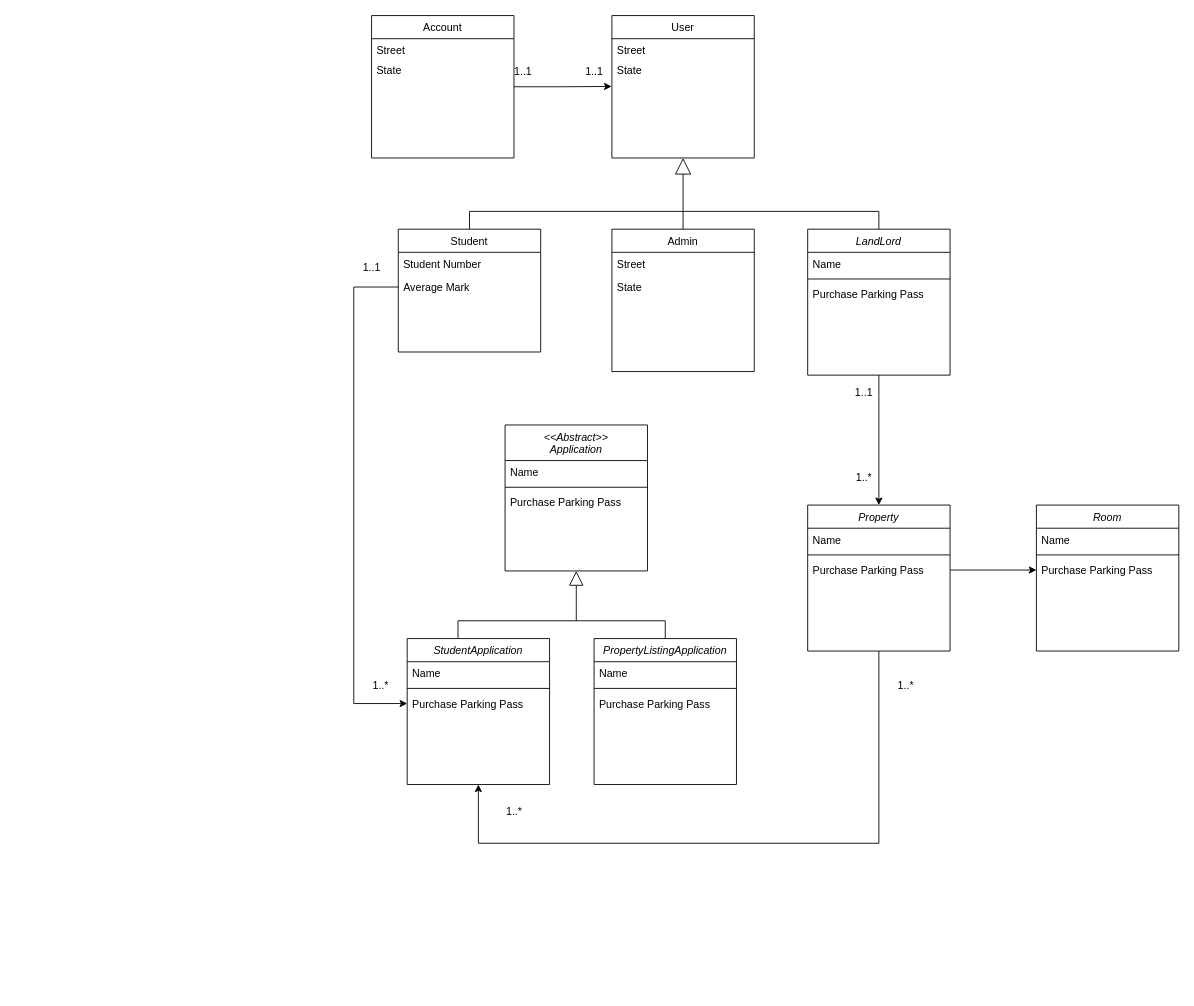
Earlier version of the draw.io diagram UMLDiagram.drawio (SETHU60/cput_accomodation_application). Source tidied: cells renumbered, new cells numbered last; positions are measured from the earlier drawing's top-left corner, leaving out a move shared by most shapes. Both pictures are drawn from the tidied source at 89%, with x=0, y=0 at pixel (353, 15).
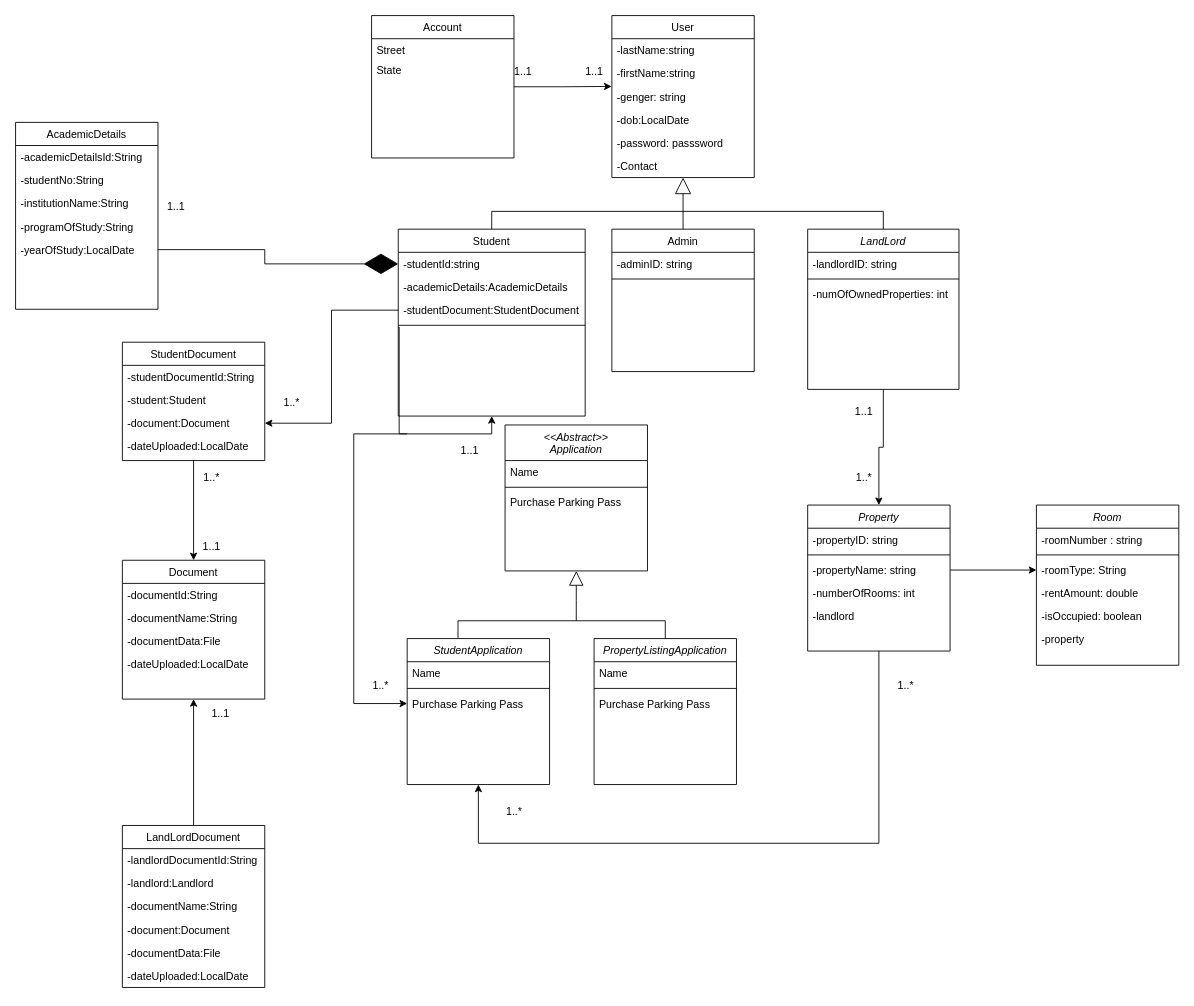
The same page after the edit.

Unchanged cells that the change refers to:
```xml
<mxCell id="6" value="Account" style="swimlane;fontStyle=0;align=center;verticalAlign=top;horizontal=1;startSize=26;rounded=0;shadow=0;strokeWidth=1;" parent="1" vertex="1">
  <mxGeometry x="20" width="160" height="160" as="geometry" />
</mxCell>
<mxCell id="19" value="Purchase Parking Pass" style="text;align=left;verticalAlign=top;spacingLeft=4;spacingRight=4;overflow=hidden;points=[[0,0.5],[1,0.5]];portConstraint=eastwest;" parent="16" vertex="1">
  <mxGeometry y="60" width="160" height="26" as="geometry" />
</mxCell>
<mxCell id="24" value="Property" style="swimlane;fontStyle=2;align=center;verticalAlign=top;horizontal=1;startSize=26;rounded=0;shadow=0;strokeWidth=1;" parent="1" vertex="1">
  <mxGeometry x="510" y="550" width="160" height="164" as="geometry" />
</mxCell>
<mxCell id="30" value="Admin" style="swimlane;fontStyle=0;align=center;verticalAlign=top;horizontal=1;startSize=26;rounded=0;shadow=0;strokeWidth=1;" parent="1" vertex="1">
  <mxGeometry x="290" y="240" width="160" height="160" as="geometry" />
</mxCell>
```

Change to the diagram source:
```diff
@@
     <mxCell id="3" value="Student" style="swimlane;fontStyle=0;align=center;verticalAlign=top;horizontal=1;startSize=26;rounded=0;shadow=0;strokeWidth=1;" parent="1" vertex="1">
-      <mxGeometry x="50" y="240" width="160" height="138" as="geometry" />
+      <mxGeometry x="50" y="240" width="210" height="210" as="geometry" />
     </mxCell>
-    <mxCell id="4" value="Student Number" style="text;align=left;verticalAlign=top;spacingLeft=4;spacingRight=4;overflow=hidden;points=[[0,0.5],[1,0.5]];portConstraint=eastwest;" parent="3" vertex="1">
-      <mxGeometry y="26" width="160" height="26" as="geometry" />
+    <mxCell id="4" value="-studentId:string" style="text;align=left;verticalAlign=top;spacingLeft=4;spacingRight=4;overflow=hidden;points=[[0,0.5],[1,0.5]];portConstraint=eastwest;" parent="3" vertex="1">
+      <mxGeometry y="26" width="210" height="26" as="geometry" />
     </mxCell>
-    <mxCell id="5" value="Average Mark" style="text;align=left;verticalAlign=top;spacingLeft=4;spacingRight=4;overflow=hidden;points=[[0,0.5],[1,0.5]];portConstraint=eastwest;rounded=0;shadow=0;html=0;" parent="3" vertex="1">
-      <mxGeometry y="52" width="160" height="26" as="geometry" />
-    </mxCell>
+    <mxCell id="55" value="-academicDetails:AcademicDetails" style="text;align=left;verticalAlign=top;spacingLeft=4;spacingRight=4;overflow=hidden;" parent="3" vertex="1">
+      <mxGeometry y="52" width="210" height="26" as="geometry" />
+    </mxCell>
+    <mxCell id="56" value="-studentDocument:StudentDocument" style="text;align=left;verticalAlign=top;spacingLeft=4;spacingRight=4;overflow=hidden;points=[[0,0.5],[1,0.5]];portConstraint=eastwest;" parent="3" vertex="1">
+      <mxGeometry y="78" width="210" height="26" as="geometry" />
+    </mxCell>
+    <mxCell id="57" style="line;html=1;strokeWidth=1;align=left;verticalAlign=middle;spacingTop=-1;spacingLeft=3;spacingRight=3;labelPosition=right;" parent="3" vertex="1">
+      <mxGeometry y="104" width="210" height="8" as="geometry" />
+    </mxCell>
@@
     <mxCell id="10" value="LandLord" style="swimlane;fontStyle=2;align=center;verticalAlign=top;horizontal=1;startSize=26;rounded=0;shadow=0;strokeWidth=1;" parent="1" vertex="1">
-      <mxGeometry x="510" y="240" width="160" height="164" as="geometry" />
+      <mxGeometry x="510" y="240" width="170" height="180" as="geometry" />
     </mxCell>
-    <mxCell id="11" value="Name" style="text;align=left;verticalAlign=top;spacingLeft=4;spacingRight=4;overflow=hidden;" parent="10" vertex="1">
-      <mxGeometry y="26" width="160" height="26" as="geometry" />
+    <mxCell id="11" value="-landlordID: string" style="text;align=left;verticalAlign=top;spacingLeft=4;spacingRight=4;overflow=hidden;" parent="10" vertex="1">
+      <mxGeometry y="26" width="170" height="26" as="geometry" />
     </mxCell>
     <mxCell id="12" style="line;html=1;strokeWidth=1;align=left;verticalAlign=middle;spacingTop=-1;spacingLeft=3;spacingRight=3;labelPosition=right;" parent="10" vertex="1">
-      <mxGeometry y="52" width="160" height="8" as="geometry" />
+      <mxGeometry y="52" width="170" height="8" as="geometry" />
     </mxCell>
-    <mxCell id="13" value="Purchase Parking Pass" style="text;align=left;verticalAlign=top;spacingLeft=4;spacingRight=4;overflow=hidden;" parent="10" vertex="1">
-      <mxGeometry y="60" width="160" height="26" as="geometry" />
-    </mxCell>
+    <mxCell id="58" value="-numOfOwnedProperties: int" style="text;align=left;verticalAlign=top;spacingLeft=4;spacingRight=4;overflow=hidden;" parent="10" vertex="1">
+      <mxGeometry y="60" width="170" height="26" as="geometry" />
+    </mxCell>
@@
-    <mxCell id="25" value="Name" style="text;align=left;verticalAlign=top;spacingLeft=4;spacingRight=4;overflow=hidden;" parent="24" vertex="1">
+    <mxCell id="25" value="-propertyID: string" style="text;align=left;verticalAlign=top;spacingLeft=4;spacingRight=4;overflow=hidden;" parent="24" vertex="1">
       <mxGeometry y="26" width="160" height="26" as="geometry" />
     </mxCell>
@@
-    <mxCell id="27" value="Purchase Parking Pass" style="text;align=left;verticalAlign=top;spacingLeft=4;spacingRight=4;overflow=hidden;points=[[0,0.5],[1,0.5]];portConstraint=eastwest;" parent="24" vertex="1">
+    <mxCell id="27" value="-propertyName: string" style="text;align=left;verticalAlign=top;spacingLeft=4;spacingRight=4;overflow=hidden;points=[[0,0.5],[1,0.5]];portConstraint=eastwest;" parent="24" vertex="1">
       <mxGeometry y="60" width="160" height="26" as="geometry" />
     </mxCell>
+    <mxCell id="59" value="-numberOfRooms: int" style="text;align=left;verticalAlign=top;spacingLeft=4;spacingRight=4;overflow=hidden;" parent="24" vertex="1">
+      <mxGeometry y="86" width="160" height="26" as="geometry" />
+    </mxCell>
+    <mxCell id="60" value="-landlord" style="text;align=left;verticalAlign=top;spacingLeft=4;spacingRight=4;overflow=hidden;" parent="24" vertex="1">
+      <mxGeometry y="112" width="160" height="26" as="geometry" />
+    </mxCell>
     <mxCell id="28" value="1..1" style="text;html=1;align=center;verticalAlign=middle;strokeColor=none;fillColor=none;" parent="1" vertex="1">
-      <mxGeometry x="553" y="409" width="40" height="30" as="geometry" />
+      <mxGeometry x="553" y="430" width="40" height="30" as="geometry" />
     </mxCell>
@@
-    <mxCell id="31" value="Street" style="text;align=left;verticalAlign=top;spacingLeft=4;spacingRight=4;overflow=hidden;" parent="30" vertex="1">
+    <mxCell id="31" value="-adminID: string" style="text;align=left;verticalAlign=top;spacingLeft=4;spacingRight=4;overflow=hidden;" parent="30" vertex="1">
       <mxGeometry y="26" width="160" height="26" as="geometry" />
     </mxCell>
-    <mxCell id="32" value="State" style="text;align=left;verticalAlign=top;spacingLeft=4;spacingRight=4;overflow=hidden;rounded=0;shadow=0;html=0;" parent="30" vertex="1">
-      <mxGeometry y="52" width="160" height="26" as="geometry" />
-    </mxCell>
+    <mxCell id="61" style="line;html=1;strokeWidth=1;align=left;verticalAlign=middle;spacingTop=-1;spacingLeft=3;spacingRight=3;labelPosition=right;" parent="30" vertex="1">
+      <mxGeometry y="52" width="160" height="8" as="geometry" />
+    </mxCell>
@@
     <mxCell id="34" value="User" style="swimlane;fontStyle=0;align=center;verticalAlign=top;horizontal=1;startSize=26;rounded=0;shadow=0;strokeWidth=1;" parent="1" vertex="1">
-      <mxGeometry x="290" width="160" height="160" as="geometry" />
+      <mxGeometry x="290" width="160" height="182" as="geometry" />
     </mxCell>
-    <mxCell id="35" value="Street" style="text;align=left;verticalAlign=top;spacingLeft=4;spacingRight=4;overflow=hidden;" parent="34" vertex="1">
-      <mxGeometry y="26" width="160" height="22" as="geometry" />
-    </mxCell>
-    <mxCell id="36" value="State" style="text;align=left;verticalAlign=top;spacingLeft=4;spacingRight=4;overflow=hidden;points=[[0,0.5],[1,0.5]];portConstraint=eastwest;rounded=0;shadow=0;html=0;" parent="34" vertex="1">
-      <mxGeometry y="48" width="160" height="26" as="geometry" />
-    </mxCell>
+    <mxCell id="62" value="-lastName:string" style="text;align=left;verticalAlign=top;spacingLeft=4;spacingRight=4;overflow=hidden;rounded=0;shadow=0;html=0;" parent="34" vertex="1">
+      <mxGeometry y="26" width="160" height="26" as="geometry" />
+    </mxCell>
+    <mxCell id="63" value="-firstName:string" style="text;align=left;verticalAlign=top;spacingLeft=4;spacingRight=4;overflow=hidden;rounded=0;shadow=0;html=0;" parent="34" vertex="1">
+      <mxGeometry y="52" width="160" height="26" as="geometry" />
+    </mxCell>
+    <mxCell id="64" value="-genger: string" style="text;align=left;verticalAlign=top;spacingLeft=4;spacingRight=4;overflow=hidden;rounded=0;shadow=0;html=0;" parent="34" vertex="1">
+      <mxGeometry y="78" width="160" height="26" as="geometry" />
+    </mxCell>
+    <mxCell id="65" value="-dob:LocalDate" style="text;align=left;verticalAlign=top;spacingLeft=4;spacingRight=4;overflow=hidden;rounded=0;shadow=0;html=0;" parent="34" vertex="1">
+      <mxGeometry y="104" width="160" height="26" as="geometry" />
+    </mxCell>
+    <mxCell id="66" value="-password: passsword" style="text;align=left;verticalAlign=top;spacingLeft=4;spacingRight=4;overflow=hidden;rounded=0;shadow=0;html=0;" parent="34" vertex="1">
+      <mxGeometry y="130" width="160" height="26" as="geometry" />
+    </mxCell>
+    <mxCell id="67" value="-Contact" style="text;align=left;verticalAlign=top;spacingLeft=4;spacingRight=4;overflow=hidden;" parent="34" vertex="1">
+      <mxGeometry y="156" width="160" height="26" as="geometry" />
+    </mxCell>
@@
-    <mxCell id="42" style="edgeStyle=orthogonalEdgeStyle;rounded=0;jettySize=auto;html=1;entryX=0;entryY=0.5;entryDx=0;entryDy=0;" parent="1" edge="1" source="5" target="19">
+    <mxCell id="42" style="edgeStyle=orthogonalEdgeStyle;rounded=0;jettySize=auto;html=1;entryX=0;entryY=0.5;entryDx=0;entryDy=0;" parent="1" edge="1" target="19">
       <mxGeometry relative="1" as="geometry">
+        <mxPoint x="60" y="470" as="sourcePoint" />
         <Array as="points">
-          <mxPoint y="305" />
+          <mxPoint x="50" y="470" />
+          <mxPoint y="470" />
           <mxPoint y="773" />
         </Array>
       </mxGeometry>
     </mxCell>
-    <mxCell id="43" value="1..1" style="text;html=1;align=center;verticalAlign=middle;strokeColor=none;fillColor=none;" parent="1" vertex="1">
-      <mxGeometry y="268" width="40" height="30" as="geometry" />
-    </mxCell>
@@
     <mxCell id="46" value="Room" style="swimlane;fontStyle=2;align=center;verticalAlign=top;horizontal=1;startSize=26;rounded=0;shadow=0;strokeWidth=1;" parent="1" vertex="1">
-      <mxGeometry x="767" y="550" width="160" height="164" as="geometry" />
+      <mxGeometry x="767" y="550" width="160" height="180" as="geometry" />
     </mxCell>
-    <mxCell id="47" value="Name" style="text;align=left;verticalAlign=top;spacingLeft=4;spacingRight=4;overflow=hidden;" parent="46" vertex="1">
+    <mxCell id="47" value="-roomNumber : string" style="text;align=left;verticalAlign=top;spacingLeft=4;spacingRight=4;overflow=hidden;" parent="46" vertex="1">
       <mxGeometry y="26" width="160" height="26" as="geometry" />
     </mxCell>
@@
-    <mxCell id="49" value="Purchase Parking Pass" style="text;align=left;verticalAlign=top;spacingLeft=4;spacingRight=4;overflow=hidden;points=[[0,0.5],[1,0.5]];portConstraint=eastwest;" parent="46" vertex="1">
+    <mxCell id="49" value="-roomType: String" style="text;align=left;verticalAlign=top;spacingLeft=4;spacingRight=4;overflow=hidden;points=[[0,0.5],[1,0.5]];portConstraint=eastwest;" parent="46" vertex="1">
       <mxGeometry y="60" width="160" height="26" as="geometry" />
     </mxCell>
+    <mxCell id="68" value="-rentAmount: double" style="text;align=left;verticalAlign=top;spacingLeft=4;spacingRight=4;overflow=hidden;" parent="46" vertex="1">
+      <mxGeometry y="86" width="160" height="26" as="geometry" />
+    </mxCell>
+    <mxCell id="69" value="-isOccupied: boolean" style="text;align=left;verticalAlign=top;spacingLeft=4;spacingRight=4;overflow=hidden;" parent="46" vertex="1">
+      <mxGeometry y="112" width="160" height="26" as="geometry" />
+    </mxCell>
+    <mxCell id="70" value="-property" style="text;align=left;verticalAlign=top;spacingLeft=4;spacingRight=4;overflow=hidden;" parent="46" vertex="1">
+      <mxGeometry y="138" width="160" height="26" as="geometry" />
+    </mxCell>
@@
-    <mxCell id="52" style="edgeStyle=orthogonalEdgeStyle;rounded=0;jettySize=auto;html=1;entryX=-0.002;entryY=1.216;entryDx=0;entryDy=0;entryPerimeter=0;" parent="1" edge="1" source="6" target="36">
-      <mxGeometry relative="1" as="geometry" />
+    <mxCell id="52" style="edgeStyle=orthogonalEdgeStyle;rounded=0;jettySize=auto;html=1;entryX=-0.002;entryY=1.216;entryDx=0;entryDy=0;entryPerimeter=0;" parent="1" edge="1" source="6">
+      <mxGeometry relative="1" as="geometry">
+        <mxPoint x="289.7" y="79.6" as="targetPoint" />
+      </mxGeometry>
     </mxCell>
@@
+    <mxCell id="71" style="edgeStyle=orthogonalEdgeStyle;rounded=0;jettySize=auto;html=1;entryX=0.5;entryY=0;entryDx=0;entryDy=0;" parent="1" edge="1" source="72" target="83">
+      <mxGeometry relative="1" as="geometry" />
+    </mxCell>
+    <mxCell id="72" value="StudentDocument" style="swimlane;fontStyle=0;align=center;verticalAlign=top;horizontal=1;startSize=26;rounded=0;shadow=0;strokeWidth=1;" parent="1" vertex="1">
+      <mxGeometry x="-260" y="367" width="160" height="133" as="geometry" />
+    </mxCell>
+    <mxCell id="73" value="-studentDocumentId:String" style="text;align=left;verticalAlign=top;spacingLeft=4;spacingRight=4;overflow=hidden;" parent="72" vertex="1">
+      <mxGeometry y="26" width="160" height="26" as="geometry" />
+    </mxCell>
+    <mxCell id="74" value="-student:Student" style="text;align=left;verticalAlign=top;spacingLeft=4;spacingRight=4;overflow=hidden;" parent="72" vertex="1">
+      <mxGeometry y="52" width="160" height="26" as="geometry" />
+    </mxCell>
+    <mxCell id="75" value="-document:Document" style="text;align=left;verticalAlign=top;spacingLeft=4;spacingRight=4;overflow=hidden;points=[[0,0.5],[1,0.5]];portConstraint=eastwest;" parent="72" vertex="1">
+      <mxGeometry y="78" width="160" height="26" as="geometry" />
+    </mxCell>
+    <mxCell id="76" value="-dateUploaded:LocalDate" style="text;align=left;verticalAlign=top;spacingLeft=4;spacingRight=4;overflow=hidden;" parent="72" vertex="1">
+      <mxGeometry y="104" width="160" height="26" as="geometry" />
+    </mxCell>
+    <mxCell id="77" value="AcademicDetails" style="swimlane;fontStyle=0;align=center;verticalAlign=top;horizontal=1;startSize=26;rounded=0;shadow=0;strokeWidth=1;" parent="1" vertex="1">
+      <mxGeometry x="-380" y="120" width="160" height="210" as="geometry" />
+    </mxCell>
+    <mxCell id="78" value="-academicDetailsId:String" style="text;align=left;verticalAlign=top;spacingLeft=4;spacingRight=4;overflow=hidden;" parent="77" vertex="1">
+      <mxGeometry y="26" width="160" height="26" as="geometry" />
+    </mxCell>
+    <mxCell id="79" value="-studentNo:String" style="text;align=left;verticalAlign=top;spacingLeft=4;spacingRight=4;overflow=hidden;" parent="77" vertex="1">
+      <mxGeometry y="52" width="160" height="26" as="geometry" />
+    </mxCell>
+    <mxCell id="80" value="-institutionName:String" style="text;align=left;verticalAlign=top;spacingLeft=4;spacingRight=4;overflow=hidden;" parent="77" vertex="1">
+      <mxGeometry y="78" width="160" height="26" as="geometry" />
+    </mxCell>
+    <mxCell id="81" value="-programOfStudy:String" style="text;align=left;verticalAlign=top;spacingLeft=4;spacingRight=4;overflow=hidden;" parent="77" vertex="1">
+      <mxGeometry y="104" width="160" height="26" as="geometry" />
+    </mxCell>
+    <mxCell id="82" value="-yearOfStudy:LocalDate" style="text;align=left;verticalAlign=top;spacingLeft=4;spacingRight=4;overflow=hidden;points=[[0,0.5],[1,0.5]];portConstraint=eastwest;" parent="77" vertex="1">
+      <mxGeometry y="130" width="160" height="26" as="geometry" />
+    </mxCell>
+    <mxCell id="83" value="Document" style="swimlane;fontStyle=0;align=center;verticalAlign=top;horizontal=1;startSize=26;rounded=0;shadow=0;strokeWidth=1;" parent="1" vertex="1">
+      <mxGeometry x="-260" y="612" width="160" height="156" as="geometry" />
+    </mxCell>
+    <mxCell id="84" value="-documentId:String" style="text;align=left;verticalAlign=top;spacingLeft=4;spacingRight=4;overflow=hidden;" parent="83" vertex="1">
+      <mxGeometry y="26" width="160" height="26" as="geometry" />
+    </mxCell>
+    <mxCell id="85" value="-documentName:String" style="text;align=left;verticalAlign=top;spacingLeft=4;spacingRight=4;overflow=hidden;" parent="83" vertex="1">
+      <mxGeometry y="52" width="160" height="26" as="geometry" />
+    </mxCell>
+    <mxCell id="86" value="-documentData:File" style="text;align=left;verticalAlign=top;spacingLeft=4;spacingRight=4;overflow=hidden;" parent="83" vertex="1">
+      <mxGeometry y="78" width="160" height="26" as="geometry" />
+    </mxCell>
+    <mxCell id="87" value="-dateUploaded:LocalDate" style="text;align=left;verticalAlign=top;spacingLeft=4;spacingRight=4;overflow=hidden;" parent="83" vertex="1">
+      <mxGeometry y="104" width="160" height="26" as="geometry" />
+    </mxCell>
+    <mxCell id="88" style="edgeStyle=orthogonalEdgeStyle;rounded=0;jettySize=auto;html=1;entryX=0.5;entryY=1;entryDx=0;entryDy=0;" parent="1" edge="1" target="3">
+      <mxGeometry relative="1" as="geometry">
+        <mxPoint x="50" y="350" as="sourcePoint" />
+        <Array as="points">
+          <mxPoint x="51" y="470" />
+          <mxPoint x="155" y="470" />
+        </Array>
+      </mxGeometry>
+    </mxCell>
+    <mxCell id="43" value="1..1" style="text;html=1;align=center;verticalAlign=middle;strokeColor=none;fillColor=none;" parent="1" vertex="1">
+      <mxGeometry x="110" y="474" width="40" height="30" as="geometry" />
+    </mxCell>
+    <mxCell id="89" style="edgeStyle=orthogonalEdgeStyle;rounded=0;jettySize=auto;html=1;entryX=1;entryY=0.5;entryDx=0;entryDy=0;" parent="1" edge="1" source="56" target="75">
+      <mxGeometry relative="1" as="geometry" />
+    </mxCell>
+    <mxCell id="90" value="1..*" style="text;html=1;align=center;verticalAlign=middle;strokeColor=none;fillColor=none;" parent="1" vertex="1">
+      <mxGeometry x="-90" y="420" width="40" height="30" as="geometry" />
+    </mxCell>
+    <mxCell id="91" value="1..*" style="text;html=1;align=center;verticalAlign=middle;strokeColor=none;fillColor=none;" parent="1" vertex="1">
+      <mxGeometry x="-180" y="504" width="40" height="30" as="geometry" />
+    </mxCell>
+    <mxCell id="92" value="1..1" style="text;html=1;align=center;verticalAlign=middle;strokeColor=none;fillColor=none;" parent="1" vertex="1">
+      <mxGeometry x="-180" y="582" width="40" height="30" as="geometry" />
+    </mxCell>
+    <mxCell id="93" style="edgeStyle=orthogonalEdgeStyle;rounded=0;jettySize=auto;html=1;entryX=1;entryY=0.5;entryDx=0;entryDy=0;endArrow=none;endFill=0;startArrow=diamondThin;startFill=1;endSize=6;startSize=36;" parent="1" edge="1" source="4" target="82">
+      <mxGeometry relative="1" as="geometry" />
+    </mxCell>
+    <mxCell id="94" value="1..1" style="text;html=1;align=center;verticalAlign=middle;strokeColor=none;fillColor=none;" parent="1" vertex="1">
+      <mxGeometry x="-220" y="200" width="40" height="30" as="geometry" />
+    </mxCell>
+    <mxCell id="95" style="edgeStyle=orthogonalEdgeStyle;rounded=0;jettySize=auto;html=1;entryX=0.5;entryY=1;entryDx=0;entryDy=0;" parent="1" edge="1" source="96" target="83">
+      <mxGeometry relative="1" as="geometry" />
+    </mxCell>
+    <mxCell id="96" value="LandLordDocument" style="swimlane;fontStyle=0;align=center;verticalAlign=top;horizontal=1;startSize=26;rounded=0;shadow=0;strokeWidth=1;" parent="1" vertex="1">
+      <mxGeometry x="-260" y="910" width="160" height="182" as="geometry" />
+    </mxCell>
+    <mxCell id="97" value="-landlordDocumentId:String" style="text;align=left;verticalAlign=top;spacingLeft=4;spacingRight=4;overflow=hidden;" parent="96" vertex="1">
+      <mxGeometry y="26" width="160" height="26" as="geometry" />
+    </mxCell>
+    <mxCell id="98" value="-landlord:Landlord" style="text;align=left;verticalAlign=top;spacingLeft=4;spacingRight=4;overflow=hidden;" parent="96" vertex="1">
+      <mxGeometry y="52" width="160" height="26" as="geometry" />
+    </mxCell>
+    <mxCell id="99" value="-documentName:String" style="text;align=left;verticalAlign=top;spacingLeft=4;spacingRight=4;overflow=hidden;" parent="96" vertex="1">
+      <mxGeometry y="78" width="160" height="26" as="geometry" />
+    </mxCell>
+    <mxCell id="100" value="-document:Document" style="text;align=left;verticalAlign=top;spacingLeft=4;spacingRight=4;overflow=hidden;" parent="96" vertex="1">
+      <mxGeometry y="104" width="160" height="26" as="geometry" />
+    </mxCell>
+    <mxCell id="101" value="-documentData:File" style="text;align=left;verticalAlign=top;spacingLeft=4;spacingRight=4;overflow=hidden;" parent="96" vertex="1">
+      <mxGeometry y="130" width="160" height="26" as="geometry" />
+    </mxCell>
+    <mxCell id="102" value="-dateUploaded:LocalDate" style="text;align=left;verticalAlign=top;spacingLeft=4;spacingRight=4;overflow=hidden;" parent="96" vertex="1">
+      <mxGeometry y="156" width="160" height="26" as="geometry" />
+    </mxCell>
+    <mxCell id="103" value="1..1" style="text;html=1;align=center;verticalAlign=middle;strokeColor=none;fillColor=none;" parent="1" vertex="1">
+      <mxGeometry x="-170" y="770" width="40" height="30" as="geometry" />
+    </mxCell>
```
